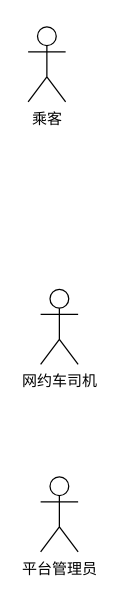
Before: IS_HW_2_UC.drawio in YuanchenZhu2020/DrawIO, a draw.io diagram. Source tidied: cells renumbered, new cells numbered last; positions are measured from the earlier drawing's top-left corner, leaving out a move shared by most shapes. Both pictures are drawn from the tidied source at 125%, with x=0, y=0 at pixel (28, 26).
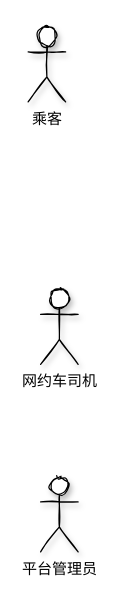
The same page after the edit.

What changed in the source:
```diff
@@
 <mxGraphModel>
   <root>
     <mxCell id="0" />
     <mxCell id="1" parent="0" />
-    <mxCell id="2" value="乘客" style="shape=umlActor;verticalLabelPosition=bottom;verticalAlign=top;html=1;" parent="1" vertex="1">
+    <mxCell id="2" value="乘客" style="shape=umlActor;verticalLabelPosition=bottom;verticalAlign=top;html=1;sketch=1;rounded=1;shadow=1;" parent="1" vertex="1">
       <mxGeometry width="30" height="60" as="geometry" />
     </mxCell>
-    <mxCell id="3" value="网约车司机" style="shape=umlActor;verticalLabelPosition=bottom;verticalAlign=top;html=1;" parent="1" vertex="1">
+    <mxCell id="3" value="网约车司机" style="shape=umlActor;verticalLabelPosition=bottom;verticalAlign=top;html=1;sketch=1;rounded=1;shadow=1;" parent="1" vertex="1">
       <mxGeometry x="10" y="210" width="30" height="60" as="geometry" />
     </mxCell>
-    <mxCell id="4" value="平台管理员" style="shape=umlActor;verticalLabelPosition=bottom;verticalAlign=top;html=1;" parent="1" vertex="1">
+    <mxCell id="4" value="平台管理员" style="shape=umlActor;verticalLabelPosition=bottom;verticalAlign=top;html=1;sketch=1;rounded=1;shadow=1;" parent="1" vertex="1">
       <mxGeometry x="10" y="360" width="30" height="60" as="geometry" />
     </mxCell>
   </root>
 </mxGraphModel>
```
